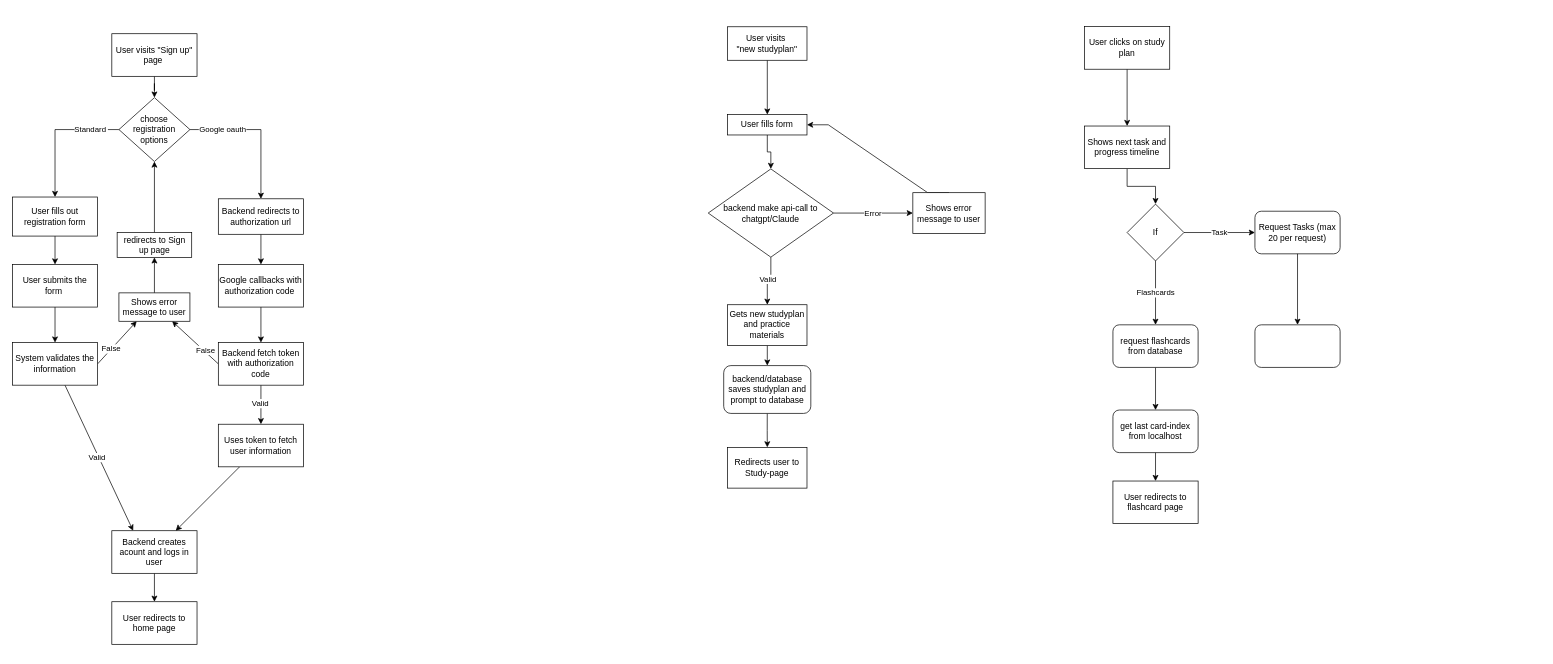
Above: page "UserFlow" (2 of 3) of docs/flowchart.drawio in Manny262/edtech-learning-plattform (draw.io), before the change. Source tidied: cells renumbered, new cells numbered last; positions are measured from the earlier drawing's top-left corner, leaving out a move shared by most shapes. Both pictures are drawn from the tidied source at 71%, with x=0, y=0 at pixel (12, 26).
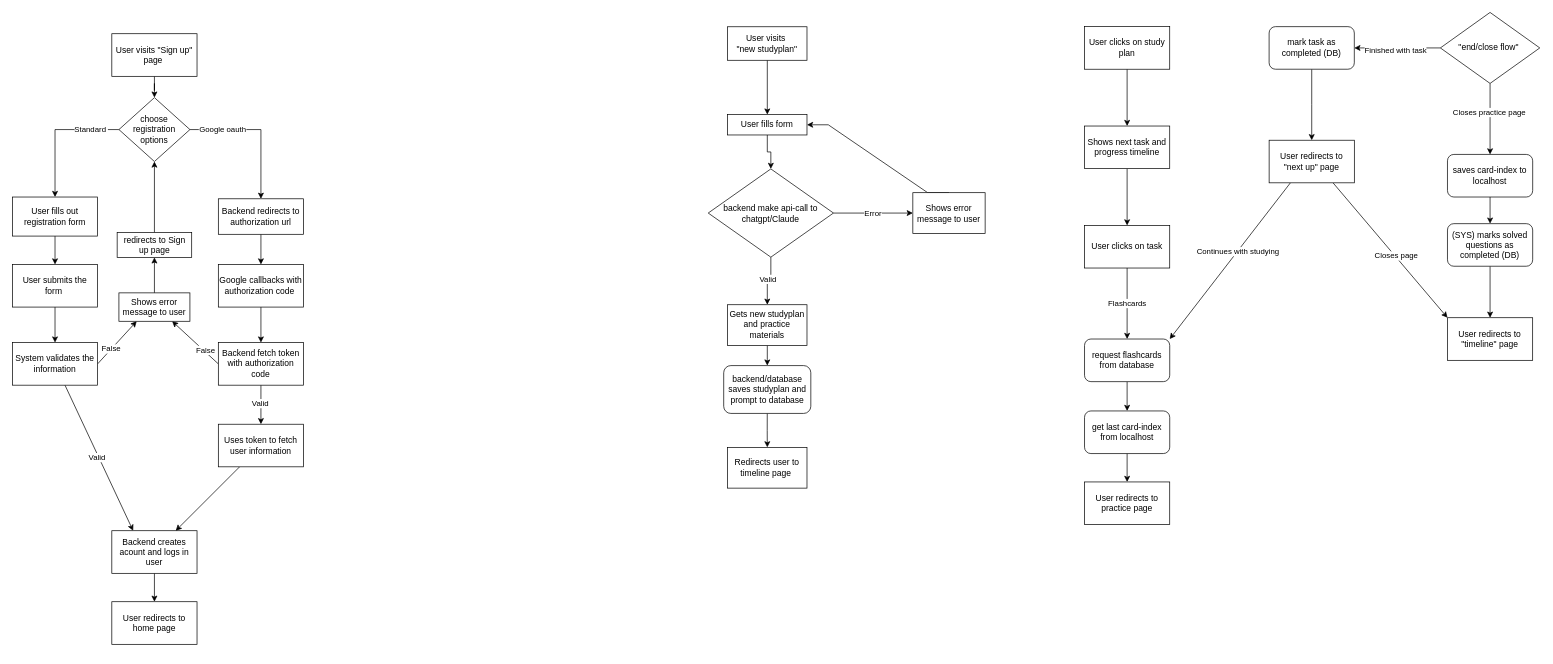
The same page after the edit.

Commit message (it also covers changes not shown here):
- Add set titles and adjust question indexing in flashcards - Update ER-diagram and Flowchart

The change refers to these unchanged cells:
```xml
<mxCell id="59" value="Shows next task and progress timeline" style="whiteSpace=wrap;html=1;rounded=0;" parent="1" vertex="1">
  <mxGeometry x="1510" y="140" width="120" height="60" as="geometry" />
</mxCell>
```

Change to the diagram source:
```diff
@@
-    <mxCell id="51" value="Redirects user to Study-page" style="rounded=0;whiteSpace=wrap;html=1;" parent="1" vertex="1">
+    <mxCell id="51" value="Redirects user to timeline page&amp;nbsp;" style="rounded=0;whiteSpace=wrap;html=1;" parent="1" vertex="1">
       <mxGeometry x="1007.3" y="592.6" width="111.8" height="57.4" as="geometry" />
     </mxCell>
@@
     <mxCell id="53" value="get last card-index from localhost" style="whiteSpace=wrap;html=1;rounded=1;" parent="1" vertex="1">
-      <mxGeometry x="1550" y="540" width="120" height="60" as="geometry" />
+      <mxGeometry x="1510" y="541.3" width="120" height="60" as="geometry" />
     </mxCell>
@@
-    <mxCell id="55" value="User redirects to flashcard page" style="rounded=0;whiteSpace=wrap;html=1;" parent="1" vertex="1">
-      <mxGeometry x="1550" y="640" width="120" height="60" as="geometry" />
+    <mxCell id="55" value="User redirects to practice page" style="rounded=0;whiteSpace=wrap;html=1;" parent="1" vertex="1">
+      <mxGeometry x="1510" y="641.3" width="120" height="60" as="geometry" />
     </mxCell>
@@
-    <mxCell id="58" style="edgeStyle=orthogonalEdgeStyle;rounded=0;jettySize=auto;html=1;entryX=0.5;entryY=0;entryDx=0;entryDy=0;" parent="1" edge="1" source="59" target="62">
-      <mxGeometry relative="1" as="geometry" />
-    </mxCell>
+    <mxCell id="67" style="edgeStyle=orthogonalEdgeStyle;rounded=0;jettySize=auto;html=1;" parent="1" edge="1" source="59" target="68">
+      <mxGeometry relative="1" as="geometry" />
+    </mxCell>
@@
-    <mxCell id="60" value="Flashcards" style="edgeStyle=orthogonalEdgeStyle;rounded=0;jettySize=auto;html=1;" parent="1" edge="1" source="62" target="63">
+    <mxCell id="60" value="Flashcards" style="edgeStyle=orthogonalEdgeStyle;rounded=0;jettySize=auto;html=1;exitX=0.5;exitY=1;exitDx=0;exitDy=0;" parent="1" edge="1" source="68" target="63">
       <mxGeometry relative="1" as="geometry" />
     </mxCell>
-    <mxCell id="61" value="Task" style="edgeStyle=orthogonalEdgeStyle;rounded=0;jettySize=auto;html=1;" parent="1" edge="1" source="62" target="64">
-      <mxGeometry relative="1" as="geometry" />
-    </mxCell>
-    <mxCell id="62" value="If" style="rhombus;whiteSpace=wrap;html=1;" parent="1" vertex="1">
-      <mxGeometry x="1570" y="250" width="80" height="80" as="geometry" />
-    </mxCell>
     <mxCell id="63" value="request flashcards from database" style="whiteSpace=wrap;html=1;rounded=1;" parent="1" vertex="1">
-      <mxGeometry x="1550" y="420" width="120" height="60" as="geometry" />
+      <mxGeometry x="1510" y="440" width="120" height="60" as="geometry" />
     </mxCell>
-    <mxCell id="64" value="Request Tasks (max 20 per request)" style="rounded=1;whiteSpace=wrap;html=1;" parent="1" vertex="1">
-      <mxGeometry x="1750" y="260" width="120" height="60" as="geometry" />
-    </mxCell>
-    <mxCell id="65" style="whiteSpace=wrap;html=1;rounded=1;" parent="1" vertex="1">
-      <mxGeometry x="1750" y="420" width="120" height="60" as="geometry" />
-    </mxCell>
-    <mxCell id="66" style="edgeStyle=orthogonalEdgeStyle;rounded=0;jettySize=auto;html=1;" parent="1" edge="1" source="64" target="65">
-      <mxGeometry relative="1" as="geometry" />
-    </mxCell>
+    <mxCell id="68" value="User clicks on task" style="whiteSpace=wrap;html=1;rounded=0;" parent="1" vertex="1">
+      <mxGeometry x="1510" y="280" width="120" height="60" as="geometry" />
+    </mxCell>
+    <mxCell id="69" style="edgeStyle=orthogonalEdgeStyle;rounded=0;jettySize=auto;html=1;" parent="1" edge="1" source="73">
+      <mxGeometry relative="1" as="geometry">
+        <mxPoint x="2081.2" y="180" as="targetPoint" />
+      </mxGeometry>
+    </mxCell>
+    <mxCell id="70" value="Closes practice page" style="edgeLabel;html=1;align=center;verticalAlign=middle;" parent="69" vertex="1">
+      <mxGeometry x="-0.2" y="-2" relative="1" as="geometry" />
+    </mxCell>
+    <mxCell id="71" style="edgeStyle=orthogonalEdgeStyle;rounded=0;jettySize=auto;html=1;" parent="1" edge="1" source="73" target="77">
+      <mxGeometry relative="1" as="geometry" />
+    </mxCell>
+    <mxCell id="72" value="Finished with task" style="edgeLabel;html=1;align=center;verticalAlign=middle;" parent="71" vertex="1">
+      <mxGeometry x="0.05" y="2" relative="1" as="geometry" />
+    </mxCell>
+    <mxCell id="73" value="&quot;end/close flow&quot;&amp;nbsp;" style="rhombus;whiteSpace=wrap;html=1;" parent="1" vertex="1">
+      <mxGeometry x="2011.2" y="-20" width="140" height="100" as="geometry" />
+    </mxCell>
+    <mxCell id="74" style="edgeStyle=orthogonalEdgeStyle;rounded=0;jettySize=auto;html=1;entryX=0.5;entryY=0;entryDx=0;entryDy=0;" parent="1" edge="1" source="85" target="82">
+      <mxGeometry relative="1" as="geometry" />
+    </mxCell>
+    <mxCell id="75" value="saves card-index to localhost" style="rounded=1;whiteSpace=wrap;html=1;" parent="1" vertex="1">
+      <mxGeometry x="2021.2" y="180" width="120" height="60" as="geometry" />
+    </mxCell>
+    <mxCell id="76" style="edgeStyle=orthogonalEdgeStyle;rounded=0;jettySize=auto;html=1;entryX=0.5;entryY=0;entryDx=0;entryDy=0;" parent="1" edge="1" source="77">
+      <mxGeometry relative="1" as="geometry">
+        <mxPoint x="1830" y="160" as="targetPoint" />
+      </mxGeometry>
+    </mxCell>
+    <mxCell id="77" value="mark task as completed (DB)" style="rounded=1;whiteSpace=wrap;html=1;" parent="1" vertex="1">
+      <mxGeometry x="1770" width="120" height="60" as="geometry" />
+    </mxCell>
+    <mxCell id="78" style="rounded=0;jettySize=auto;html=1;exitX=0.25;exitY=1;exitDx=0;exitDy=0;entryX=1;entryY=0;entryDx=0;entryDy=0;" parent="1" edge="1" source="83" target="63">
+      <mxGeometry relative="1" as="geometry" />
+    </mxCell>
+    <mxCell id="79" value="Continues with studying" style="edgeLabel;html=1;align=center;verticalAlign=middle;" parent="78" vertex="1">
+      <mxGeometry x="-0.12" relative="1" as="geometry" />
+    </mxCell>
+    <mxCell id="80" style="rounded=0;jettySize=auto;html=1;exitX=0.75;exitY=1;exitDx=0;exitDy=0;entryX=0;entryY=0;entryDx=0;entryDy=0;" parent="1" edge="1" source="83" target="82">
+      <mxGeometry relative="1" as="geometry" />
+    </mxCell>
+    <mxCell id="81" value="Closes page" style="edgeLabel;html=1;align=center;verticalAlign=middle;" parent="80" vertex="1">
+      <mxGeometry x="0.08" y="1" relative="1" as="geometry" />
+    </mxCell>
+    <mxCell id="82" value="User redirects to &quot;timeline&quot; page" style="rounded=0;whiteSpace=wrap;html=1;" parent="1" vertex="1">
+      <mxGeometry x="2021.2" y="410" width="120" height="60" as="geometry" />
+    </mxCell>
+    <mxCell id="83" value="User redirects to &quot;next up&quot; page" style="rounded=0;whiteSpace=wrap;html=1;" parent="1" vertex="1">
+      <mxGeometry x="1770" y="160" width="120" height="60" as="geometry" />
+    </mxCell>
+    <mxCell id="84" style="edgeStyle=orthogonalEdgeStyle;rounded=0;jettySize=auto;html=1;entryX=0.5;entryY=0;entryDx=0;entryDy=0;" parent="1" edge="1" target="85">
+      <mxGeometry relative="1" as="geometry">
+        <mxPoint x="2081.2" y="240" as="sourcePoint" />
+      </mxGeometry>
+    </mxCell>
+    <mxCell id="85" value="(SYS) marks solved questions as completed (DB)" style="rounded=1;whiteSpace=wrap;html=1;" parent="1" vertex="1">
+      <mxGeometry x="2021.2" y="277.5" width="120" height="60" as="geometry" />
+    </mxCell>
```
